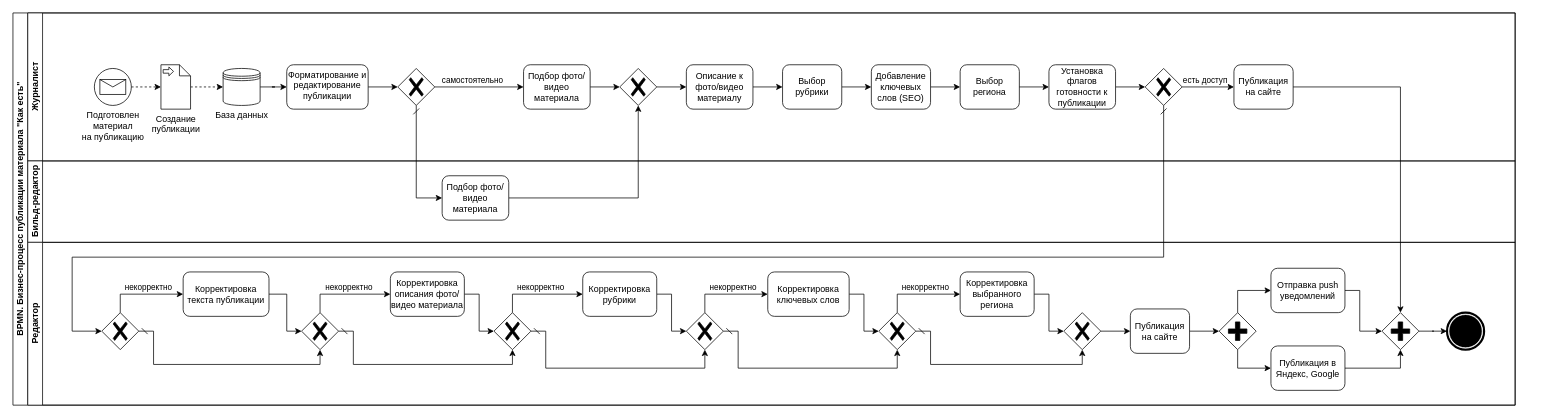
Above: page "bpmn_uranews_v2" (2 of 3) of uranews.drawio in jsob/diagrams (draw.io), before the change. Source tidied: cells renumbered, new cells numbered last; positions are measured from the earlier drawing's top-left corner, leaving out a move shared by most shapes. Both pictures are drawn from the tidied source at 74%, with x=0, y=0 at pixel (13, 13).
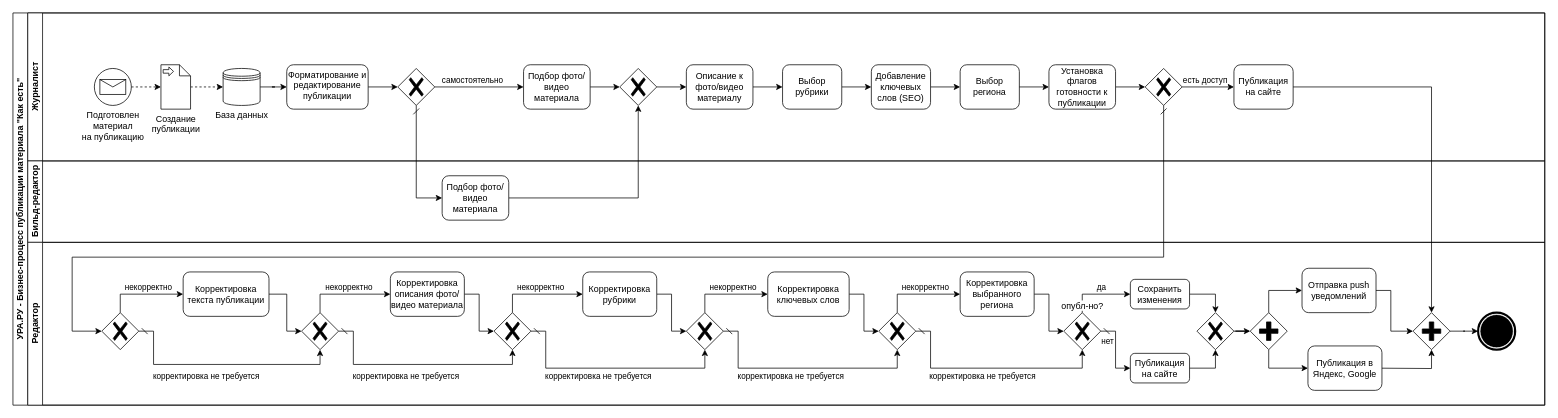
Above is the later version.

Unchanged cells that the change refers to:
```xml
<mxCell id="25" value="Публикация на сайте" style="rounded=1;whiteSpace=wrap;html=1;verticalAlign=middle;" parent="3" vertex="1">
  <mxGeometry x="1630" y="70" width="80" height="60" as="geometry" />
</mxCell>
<mxCell id="46" style="edgeStyle=orthogonalEdgeStyle;rounded=0;jettySize=auto;html=1;exitX=1;exitY=0.5;exitDx=0;exitDy=0;exitPerimeter=0;startArrow=dash;startFill=0;entryX=0.5;entryY=1;entryDx=0;entryDy=0;entryPerimeter=0;" parent="37" edge="1" source="47" target="51">
  <mxGeometry relative="1" as="geometry">
    <Array as="points">
      <mxPoint x="170" y="120" />
      <mxPoint x="170" y="165" />
      <mxPoint x="395" y="165" />
    </Array>
  </mxGeometry>
</mxCell>
<mxCell id="50" style="edgeStyle=orthogonalEdgeStyle;rounded=0;jettySize=auto;html=1;entryX=0.5;entryY=1;entryDx=0;entryDy=0;entryPerimeter=0;exitX=1;exitY=0.5;exitDx=0;exitDy=0;exitPerimeter=0;startArrow=dash;startFill=0;" parent="37" edge="1" source="51" target="55">
  <mxGeometry relative="1" as="geometry">
    <Array as="points">
      <mxPoint x="440" y="120" />
      <mxPoint x="440" y="165" />
      <mxPoint x="655" y="165" />
    </Array>
  </mxGeometry>
</mxCell>
<mxCell id="54" style="edgeStyle=orthogonalEdgeStyle;rounded=0;jettySize=auto;html=1;exitX=1;exitY=0.5;exitDx=0;exitDy=0;exitPerimeter=0;entryX=0.5;entryY=1;entryDx=0;entryDy=0;entryPerimeter=0;startArrow=dash;startFill=0;" parent="37" edge="1" source="55" target="61">
  <mxGeometry relative="1" as="geometry">
    <Array as="points">
      <mxPoint x="700" y="120" />
      <mxPoint x="700" y="170" />
      <mxPoint x="915" y="170" />
    </Array>
  </mxGeometry>
</mxCell>
<mxCell id="60" style="edgeStyle=orthogonalEdgeStyle;rounded=0;jettySize=auto;html=1;exitX=1;exitY=0.5;exitDx=0;exitDy=0;exitPerimeter=0;entryX=0.5;entryY=1;entryDx=0;entryDy=0;entryPerimeter=0;startArrow=dash;startFill=0;" parent="37" edge="1" source="61" target="67">
  <mxGeometry relative="1" as="geometry">
    <Array as="points">
      <mxPoint x="960" y="120" />
      <mxPoint x="960" y="170" />
      <mxPoint x="1175" y="170" />
    </Array>
  </mxGeometry>
</mxCell>
<mxCell id="67" style="points=[[0.25,0.25,0],[0.5,0,0],[0.75,0.25,0],[1,0.5,0],[0.75,0.75,0],[0.5,1,0],[0.25,0.75,0],[0,0.5,0]];shape=mxgraph.bpmn.gateway2;html=1;verticalLabelPosition=bottom;labelBackgroundColor=#ffffff;verticalAlign=top;align=center;perimeter=rhombusPerimeter;outlineConnect=0;outline=none;symbol=none;gwType=exclusive;" parent="37" vertex="1">
  <mxGeometry x="1150" y="95" width="50" height="50" as="geometry" />
</mxCell>
```

What changed in the source:
```diff
@@
-    <mxCell id="2" value="BPMN. Бизнес-процесс публикации материала &quot;Как есть&quot;" style="swimlane;html=1;horizontal=0;startSize=20;whiteSpace=wrap;" parent="1" vertex="1">
-      <mxGeometry width="2030" height="530" as="geometry" />
+    <mxCell id="2" value="УРА.РУ - Бизнес-процесс публикации материала &quot;Как есть&quot;" style="swimlane;html=1;horizontal=0;startSize=20;whiteSpace=wrap;" parent="1" vertex="1">
+      <mxGeometry width="2070" height="530" as="geometry" />
     </mxCell>
     <mxCell id="3" value="Журналист" style="swimlane;html=1;startSize=20;horizontal=0;" parent="2" vertex="1">
-      <mxGeometry x="20" width="2010" height="200" as="geometry" />
+      <mxGeometry x="20" width="2050" height="200" as="geometry" />
     </mxCell>
@@
     <mxCell id="35" value="Бильд-редактор" style="swimlane;html=1;startSize=20;horizontal=0;" parent="2" vertex="1">
-      <mxGeometry x="20" y="200" width="2010" height="110" as="geometry" />
+      <mxGeometry x="20" y="200" width="2050" height="110" as="geometry" />
     </mxCell>
@@
     <mxCell id="37" value="Редактор" style="swimlane;html=1;startSize=20;horizontal=0;" parent="2" vertex="1">
-      <mxGeometry x="20" y="310" width="2010" height="220" as="geometry" />
+      <mxGeometry x="20" y="310" width="2050" height="220" as="geometry" />
     </mxCell>
@@
+    <mxCell id="84" value="корректировка не требуется" style="edgeLabel;html=1;align=center;verticalAlign=middle;" parent="46" vertex="1">
+      <mxGeometry x="-0.42" y="-1" relative="1" as="geometry">
+        <mxPoint x="45" y="14" as="offset" />
+      </mxGeometry>
+    </mxCell>
@@
+    <mxCell id="85" value="корректировка не требуется" style="edgeLabel;html=1;align=center;verticalAlign=middle;" parent="50" vertex="1">
+      <mxGeometry x="-0.32" relative="1" as="geometry">
+        <mxPoint x="33" y="15" as="offset" />
+      </mxGeometry>
+    </mxCell>
@@
+    <mxCell id="86" value="корректировка не требуется" style="edgeLabel;html=1;align=center;verticalAlign=middle;" parent="54" vertex="1">
+      <mxGeometry x="-0.3" y="-2" relative="1" as="geometry">
+        <mxPoint x="31" y="8" as="offset" />
+      </mxGeometry>
+    </mxCell>
@@
+    <mxCell id="87" value="корректировка не требуется" style="edgeLabel;html=1;align=center;verticalAlign=middle;" parent="60" vertex="1">
+      <mxGeometry x="-0.3" relative="1" as="geometry">
+        <mxPoint x="31" y="10" as="offset" />
+      </mxGeometry>
+    </mxCell>
@@
     <mxCell id="66" style="edgeStyle=orthogonalEdgeStyle;rounded=0;jettySize=auto;html=1;exitX=1;exitY=0.5;exitDx=0;exitDy=0;exitPerimeter=0;entryX=0.5;entryY=1;entryDx=0;entryDy=0;entryPerimeter=0;startArrow=dash;startFill=0;" parent="37" edge="1" source="67" target="69">
       <mxGeometry relative="1" as="geometry">
         <Array as="points">
           <mxPoint x="1220" y="120" />
-          <mxPoint x="1220" y="165" />
-          <mxPoint x="1425" y="165" />
+          <mxPoint x="1220" y="170" />
+          <mxPoint x="1425" y="170" />
         </Array>
       </mxGeometry>
     </mxCell>
+    <mxCell id="88" value="корректировка не требуется" style="edgeLabel;html=1;align=center;verticalAlign=middle;" parent="66" vertex="1">
+      <mxGeometry x="-0.34" relative="1" as="geometry">
+        <mxPoint x="40" y="10" as="offset" />
+      </mxGeometry>
+    </mxCell>
@@
-    <mxCell id="68" style="edgeStyle=orthogonalEdgeStyle;rounded=0;jettySize=auto;html=1;exitX=1;exitY=0.5;exitDx=0;exitDy=0;exitPerimeter=0;entryX=0;entryY=0.5;entryDx=0;entryDy=0;" parent="37" edge="1" source="69" target="71">
+    <mxCell id="68" style="edgeStyle=orthogonalEdgeStyle;rounded=0;jettySize=auto;html=1;exitX=1;exitY=0.5;exitDx=0;exitDy=0;exitPerimeter=0;entryX=0;entryY=0.5;entryDx=0;entryDy=0;startArrow=dash;startFill=0;" parent="37" edge="1" source="69" target="71">
       <mxGeometry relative="1" as="geometry" />
     </mxCell>
+    <mxCell id="89" value="нет" style="edgeLabel;html=1;align=center;verticalAlign=middle;" parent="68" vertex="1">
+      <mxGeometry x="-0.27" relative="1" as="geometry">
+        <mxPoint x="-12" as="offset" />
+      </mxGeometry>
+    </mxCell>
+    <mxCell id="90" style="edgeStyle=orthogonalEdgeStyle;rounded=0;jettySize=auto;html=1;exitX=0.5;exitY=0;exitDx=0;exitDy=0;exitPerimeter=0;entryX=0;entryY=0.5;entryDx=0;entryDy=0;" parent="37" edge="1" source="69" target="93">
+      <mxGeometry relative="1" as="geometry" />
+    </mxCell>
+    <mxCell id="91" value="да" style="edgeLabel;html=1;align=center;verticalAlign=middle;" parent="90" vertex="1">
+      <mxGeometry x="-0.35" y="1" relative="1" as="geometry">
+        <mxPoint x="21" y="-9" as="offset" />
+      </mxGeometry>
+    </mxCell>
-    <mxCell id="69" style="points=[[0.25,0.25,0],[0.5,0,0],[0.75,0.25,0],[1,0.5,0],[0.75,0.75,0],[0.5,1,0],[0.25,0.75,0],[0,0.5,0]];shape=mxgraph.bpmn.gateway2;html=1;verticalLabelPosition=bottom;labelBackgroundColor=#ffffff;verticalAlign=top;align=center;perimeter=rhombusPerimeter;outlineConnect=0;outline=none;symbol=none;gwType=exclusive;" parent="37" vertex="1">
+    <mxCell id="69" value="опубл-но?" style="points=[[0.25,0.25,0],[0.5,0,0],[0.75,0.25,0],[1,0.5,0],[0.75,0.75,0],[0.5,1,0],[0.25,0.75,0],[0,0.5,0]];shape=mxgraph.bpmn.gateway2;html=1;verticalLabelPosition=top;labelBackgroundColor=#ffffff;verticalAlign=bottom;align=center;perimeter=rhombusPerimeter;outlineConnect=0;outline=none;symbol=none;gwType=exclusive;labelPosition=center;" parent="37" vertex="1">
       <mxGeometry x="1400" y="95" width="50" height="50" as="geometry" />
     </mxCell>
-    <mxCell id="70" style="edgeStyle=orthogonalEdgeStyle;rounded=0;jettySize=auto;html=1;" parent="37" edge="1" source="71" target="74">
-      <mxGeometry relative="1" as="geometry" />
+    <mxCell id="70" style="edgeStyle=orthogonalEdgeStyle;rounded=0;jettySize=auto;html=1;entryX=0.5;entryY=1;entryDx=0;entryDy=0;entryPerimeter=0;" parent="37" edge="1" source="71" target="95">
+      <mxGeometry relative="1" as="geometry">
+        <Array as="points">
+          <mxPoint x="1605" y="170" />
+        </Array>
+      </mxGeometry>
     </mxCell>
     <mxCell id="71" value="Публикация на сайте" style="rounded=1;whiteSpace=wrap;html=1;verticalAlign=middle;" parent="37" vertex="1">
-      <mxGeometry x="1490" y="90" width="80" height="60" as="geometry" />
+      <mxGeometry x="1490" y="150" width="80" height="40" as="geometry" />
     </mxCell>
@@
     <mxCell id="74" style="points=[[0.25,0.25,0],[0.5,0,0],[0.75,0.25,0],[1,0.5,0],[0.75,0.75,0],[0.5,1,0],[0.25,0.75,0],[0,0.5,0]];shape=mxgraph.bpmn.gateway2;html=1;verticalLabelPosition=bottom;labelBackgroundColor=#ffffff;verticalAlign=top;align=center;perimeter=rhombusPerimeter;outlineConnect=0;outline=none;symbol=none;gwType=parallel;" parent="37" vertex="1">
-      <mxGeometry x="1610" y="95" width="50" height="50" as="geometry" />
+      <mxGeometry x="1652" y="95" width="50" height="50" as="geometry" />
     </mxCell>
     <mxCell id="75" style="edgeStyle=orthogonalEdgeStyle;rounded=0;jettySize=auto;html=1;exitX=1;exitY=0.5;exitDx=0;exitDy=0;entryX=0;entryY=0.5;entryDx=0;entryDy=0;entryPerimeter=0;" parent="37" edge="1" source="76" target="80">
       <mxGeometry relative="1" as="geometry">
         <Array as="points">
-          <mxPoint x="1800" y="65" />
-          <mxPoint x="1800" y="120" />
+          <mxPoint x="1842" y="65" />
+          <mxPoint x="1842" y="120" />
         </Array>
       </mxGeometry>
     </mxCell>
     <mxCell id="76" value="Отправка push уведомлений" style="rounded=1;whiteSpace=wrap;html=1;verticalAlign=middle;" parent="37" vertex="1">
-      <mxGeometry x="1680" y="35" width="100" height="60" as="geometry" />
+      <mxGeometry x="1722" y="35" width="100" height="60" as="geometry" />
     </mxCell>
-    <mxCell id="77" style="edgeStyle=orthogonalEdgeStyle;rounded=0;jettySize=auto;html=1;exitX=1;exitY=0.5;exitDx=0;exitDy=0;entryX=0.5;entryY=1;entryDx=0;entryDy=0;entryPerimeter=0;" parent="37" edge="1" source="78" target="80">
-      <mxGeometry relative="1" as="geometry" />
+    <mxCell id="77" style="edgeStyle=orthogonalEdgeStyle;rounded=0;jettySize=auto;html=1;exitX=1;exitY=0.5;exitDx=0;exitDy=0;entryX=0.5;entryY=1;entryDx=0;entryDy=0;entryPerimeter=0;" parent="37" edge="1" target="80">
+      <mxGeometry relative="1" as="geometry">
+        <mxPoint x="1822" y="170" as="sourcePoint" />
+      </mxGeometry>
     </mxCell>
     <mxCell id="78" value="Публикация в Яндекс, Google" style="rounded=1;whiteSpace=wrap;html=1;verticalAlign=middle;" parent="37" vertex="1">
-      <mxGeometry x="1680" y="140" width="100" height="60" as="geometry" />
+      <mxGeometry x="1730" y="140" width="100" height="60" as="geometry" />
     </mxCell>
@@
     <mxCell id="80" style="points=[[0.25,0.25,0],[0.5,0,0],[0.75,0.25,0],[1,0.5,0],[0.75,0.75,0],[0.5,1,0],[0.25,0.75,0],[0,0.5,0]];shape=mxgraph.bpmn.gateway2;html=1;verticalLabelPosition=bottom;labelBackgroundColor=#ffffff;verticalAlign=top;align=center;perimeter=rhombusPerimeter;outlineConnect=0;outline=none;symbol=none;gwType=parallel;" parent="37" vertex="1">
-      <mxGeometry x="1830" y="95" width="50" height="50" as="geometry" />
+      <mxGeometry x="1872" y="95" width="50" height="50" as="geometry" />
     </mxCell>
     <mxCell id="81" style="points=[[0.145,0.145,0],[0.5,0,0],[0.855,0.145,0],[1,0.5,0],[0.855,0.855,0],[0.5,1,0],[0.145,0.855,0],[0,0.5,0]];shape=mxgraph.bpmn.event;html=1;verticalLabelPosition=bottom;labelBackgroundColor=#ffffff;verticalAlign=top;align=center;perimeter=ellipsePerimeter;outlineConnect=0;outline=end;symbol=terminate;" parent="37" vertex="1">
-      <mxGeometry x="1918" y="95" width="50" height="50" as="geometry" />
+      <mxGeometry x="1960" y="95" width="50" height="50" as="geometry" />
     </mxCell>
+    <mxCell id="92" style="edgeStyle=orthogonalEdgeStyle;rounded=0;jettySize=auto;html=1;exitX=1;exitY=0.5;exitDx=0;exitDy=0;entryX=0.5;entryY=0;entryDx=0;entryDy=0;entryPerimeter=0;" parent="37" edge="1" source="93" target="95">
+      <mxGeometry relative="1" as="geometry" />
+    </mxCell>
+    <mxCell id="93" value="Сохранить изменения" style="rounded=1;whiteSpace=wrap;html=1;verticalAlign=middle;" parent="37" vertex="1">
+      <mxGeometry x="1490" y="50" width="80" height="40" as="geometry" />
+    </mxCell>
+    <mxCell id="94" style="edgeStyle=orthogonalEdgeStyle;rounded=0;jettySize=auto;html=1;entryX=0;entryY=0.5;entryDx=0;entryDy=0;entryPerimeter=0;" parent="37" edge="1" source="95" target="74">
+      <mxGeometry relative="1" as="geometry" />
+    </mxCell>
+    <mxCell id="95" style="points=[[0.25,0.25,0],[0.5,0,0],[0.75,0.25,0],[1,0.5,0],[0.75,0.75,0],[0.5,1,0],[0.25,0.75,0],[0,0.5,0]];shape=mxgraph.bpmn.gateway2;html=1;verticalLabelPosition=bottom;labelBackgroundColor=#ffffff;verticalAlign=top;align=center;perimeter=rhombusPerimeter;outlineConnect=0;outline=none;symbol=none;gwType=exclusive;" parent="37" vertex="1">
+      <mxGeometry x="1580" y="95" width="50" height="50" as="geometry" />
+    </mxCell>
@@
     <mxCell id="83" style="edgeStyle=orthogonalEdgeStyle;rounded=0;jettySize=auto;html=1;entryX=0.5;entryY=0;entryDx=0;entryDy=0;entryPerimeter=0;" parent="2" edge="1" source="25" target="80">
       <mxGeometry relative="1" as="geometry">
         <Array as="points">
-          <mxPoint x="1875" y="100" />
+          <mxPoint x="1917" y="100" />
         </Array>
       </mxGeometry>
     </mxCell>
```
